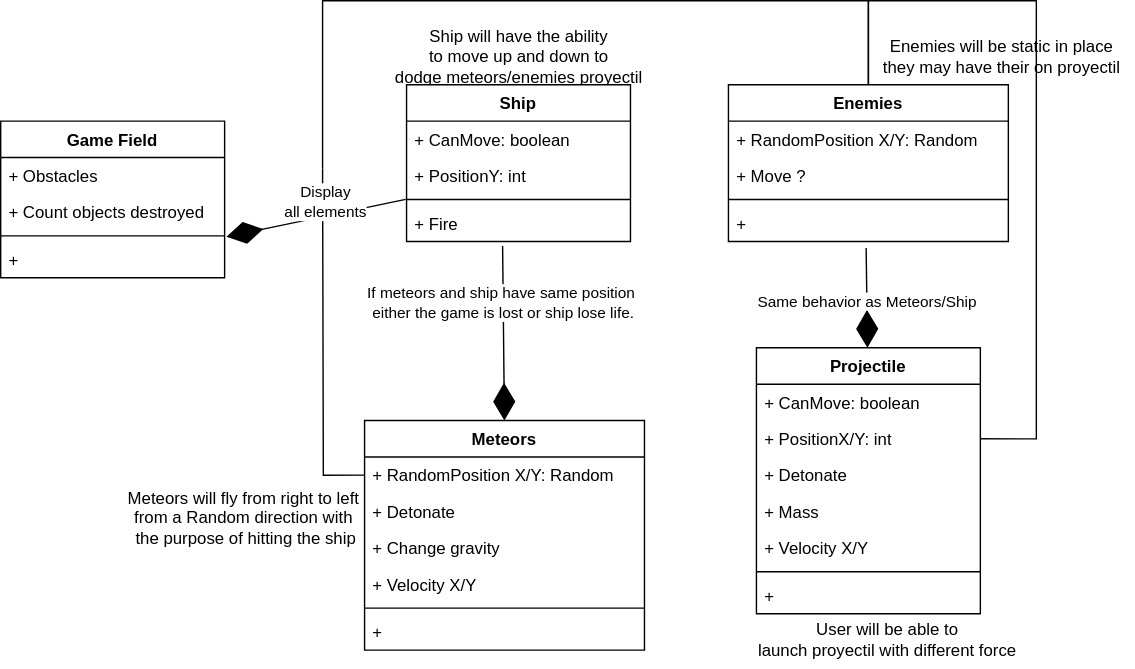
The draw.io diagram docs/img/GravityUML.svg in ddc-java-16/gravity-game-Marc0E, before a commit. Source tidied: cells renumbered, new cells last; positions are measured from the earlier drawing's top-left corner, leaving out a move shared by most shapes. Source of this version:
```xml
<mxGraphModel>
  <root>
    <mxCell id="0" />
    <mxCell id="1" parent="0" />
    <mxCell id="2" value="Ship will have the ability&lt;br&gt;to move up and down to&lt;br&gt;dodge meteors/enemies proyectil" style="text;html=1;align=center;verticalAlign=middle;strokeColor=none;fillColor=none;" parent="1" vertex="1">
      <mxGeometry x="270" y="10" width="200" height="60" as="geometry" />
    </mxCell>
    <mxCell id="3" value="Projectile" style="swimlane;fontStyle=1;align=center;verticalAlign=top;horizontal=1;startSize=26;whiteSpace=wrap;html=1;" parent="1" vertex="1">
      <mxGeometry x="540" y="248" width="160" height="190" as="geometry" />
    </mxCell>
    <mxCell id="4" value="+ CanMove: boolean" style="text;strokeColor=none;fillColor=none;align=left;verticalAlign=top;spacingLeft=4;spacingRight=4;overflow=hidden;whiteSpace=wrap;html=1;" parent="3" vertex="1">
      <mxGeometry y="26" width="160" height="26" as="geometry" />
    </mxCell>
    <mxCell id="5" value="+ PositionX/Y: int" style="text;strokeColor=none;fillColor=none;align=left;verticalAlign=top;spacingLeft=4;spacingRight=4;overflow=hidden;points=[[0,0.5],[1,0.5]];portConstraint=eastwest;whiteSpace=wrap;html=1;" parent="3" vertex="1">
      <mxGeometry y="52" width="160" height="26" as="geometry" />
    </mxCell>
    <mxCell id="6" value="+ Detonate" style="text;strokeColor=none;fillColor=none;align=left;verticalAlign=top;spacingLeft=4;spacingRight=4;overflow=hidden;whiteSpace=wrap;html=1;" parent="3" vertex="1">
      <mxGeometry y="78" width="160" height="26" as="geometry" />
    </mxCell>
    <mxCell id="7" value="+ Mass" style="text;strokeColor=none;fillColor=none;align=left;verticalAlign=top;spacingLeft=4;spacingRight=4;overflow=hidden;whiteSpace=wrap;html=1;" parent="3" vertex="1">
      <mxGeometry y="104" width="160" height="26" as="geometry" />
    </mxCell>
    <mxCell id="8" value="+ Velocity X/Y" style="text;strokeColor=none;fillColor=none;align=left;verticalAlign=top;spacingLeft=4;spacingRight=4;overflow=hidden;whiteSpace=wrap;html=1;" parent="3" vertex="1">
      <mxGeometry y="130" width="160" height="26" as="geometry" />
    </mxCell>
    <mxCell id="9" style="line;strokeWidth=1;fillColor=none;align=left;verticalAlign=middle;spacingTop=-1;spacingLeft=3;spacingRight=3;labelPosition=right;strokeColor=inherit;" parent="3" vertex="1">
      <mxGeometry y="156" width="160" height="8" as="geometry" />
    </mxCell>
    <mxCell id="10" value="+&amp;nbsp;" style="text;strokeColor=none;fillColor=none;align=left;verticalAlign=top;spacingLeft=4;spacingRight=4;overflow=hidden;whiteSpace=wrap;html=1;" parent="3" vertex="1">
      <mxGeometry y="164" width="160" height="26" as="geometry" />
    </mxCell>
    <mxCell id="11" value="Ship" style="swimlane;fontStyle=1;align=center;verticalAlign=top;horizontal=1;startSize=26;whiteSpace=wrap;html=1;" parent="1" vertex="1">
      <mxGeometry x="290" y="60" width="160" height="112" as="geometry" />
    </mxCell>
    <mxCell id="12" value="+ CanMove: boolean" style="text;strokeColor=none;fillColor=none;align=left;verticalAlign=top;spacingLeft=4;spacingRight=4;overflow=hidden;whiteSpace=wrap;html=1;" parent="11" vertex="1">
      <mxGeometry y="26" width="160" height="26" as="geometry" />
    </mxCell>
    <mxCell id="13" value="+ PositionY: int" style="text;strokeColor=none;fillColor=none;align=left;verticalAlign=top;spacingLeft=4;spacingRight=4;overflow=hidden;whiteSpace=wrap;html=1;" parent="11" vertex="1">
      <mxGeometry y="52" width="160" height="26" as="geometry" />
    </mxCell>
    <mxCell id="14" style="line;strokeWidth=1;fillColor=none;align=left;verticalAlign=middle;spacingTop=-1;spacingLeft=3;spacingRight=3;labelPosition=right;strokeColor=inherit;" parent="11" vertex="1">
      <mxGeometry y="78" width="160" height="8" as="geometry" />
    </mxCell>
    <mxCell id="15" value="+ Fire" style="text;strokeColor=none;fillColor=none;align=left;verticalAlign=top;spacingLeft=4;spacingRight=4;overflow=hidden;points=[[0,0.5],[1,0.5]];portConstraint=eastwest;whiteSpace=wrap;html=1;" parent="11" vertex="1">
      <mxGeometry y="86" width="160" height="26" as="geometry" />
    </mxCell>
    <mxCell id="16" value="Enemies" style="swimlane;fontStyle=1;align=center;verticalAlign=top;horizontal=1;startSize=26;whiteSpace=wrap;html=1;" parent="1" vertex="1">
      <mxGeometry x="520" y="60" width="200" height="112" as="geometry" />
    </mxCell>
    <mxCell id="17" value="+ RandomPosition X/Y: Random" style="text;strokeColor=none;fillColor=none;align=left;verticalAlign=top;spacingLeft=4;spacingRight=4;overflow=hidden;whiteSpace=wrap;html=1;" parent="16" vertex="1">
      <mxGeometry y="26" width="200" height="26" as="geometry" />
    </mxCell>
    <mxCell id="18" value="+ Move ?" style="text;strokeColor=none;fillColor=none;align=left;verticalAlign=top;spacingLeft=4;spacingRight=4;overflow=hidden;whiteSpace=wrap;html=1;" parent="16" vertex="1">
      <mxGeometry y="52" width="200" height="26" as="geometry" />
    </mxCell>
    <mxCell id="19" style="line;strokeWidth=1;fillColor=none;align=left;verticalAlign=middle;spacingTop=-1;spacingLeft=3;spacingRight=3;labelPosition=right;strokeColor=inherit;" parent="16" vertex="1">
      <mxGeometry y="78" width="200" height="8" as="geometry" />
    </mxCell>
    <mxCell id="20" value="+&amp;nbsp;" style="text;strokeColor=none;fillColor=none;align=left;verticalAlign=top;spacingLeft=4;spacingRight=4;overflow=hidden;points=[[0,0.5],[1,0.5]];portConstraint=eastwest;whiteSpace=wrap;html=1;" parent="16" vertex="1">
      <mxGeometry y="86" width="200" height="26" as="geometry" />
    </mxCell>
    <mxCell id="21" value="Meteors" style="swimlane;fontStyle=1;align=center;verticalAlign=top;horizontal=1;startSize=26;whiteSpace=wrap;html=1;" parent="1" vertex="1">
      <mxGeometry x="260" y="300" width="200" height="164" as="geometry" />
    </mxCell>
    <mxCell id="22" value="+ RandomPosition X/Y: Random" style="text;strokeColor=none;fillColor=none;align=left;verticalAlign=top;spacingLeft=4;spacingRight=4;overflow=hidden;points=[[0,0.5],[1,0.5]];portConstraint=eastwest;whiteSpace=wrap;html=1;" parent="21" vertex="1">
      <mxGeometry y="26" width="200" height="26" as="geometry" />
    </mxCell>
    <mxCell id="23" value="+ Detonate&lt;span style=&quot;white-space: pre;&quot;&gt;&#9;&lt;/span&gt;" style="text;strokeColor=none;fillColor=none;align=left;verticalAlign=top;spacingLeft=4;spacingRight=4;overflow=hidden;whiteSpace=wrap;html=1;" parent="21" vertex="1">
      <mxGeometry y="52" width="200" height="26" as="geometry" />
    </mxCell>
    <mxCell id="24" value="+ Change gravity" style="text;strokeColor=none;fillColor=none;align=left;verticalAlign=top;spacingLeft=4;spacingRight=4;overflow=hidden;whiteSpace=wrap;html=1;" parent="21" vertex="1">
      <mxGeometry y="78" width="200" height="26" as="geometry" />
    </mxCell>
    <mxCell id="25" value="+ Velocity X/Y" style="text;strokeColor=none;fillColor=none;align=left;verticalAlign=top;spacingLeft=4;spacingRight=4;overflow=hidden;whiteSpace=wrap;html=1;" parent="21" vertex="1">
      <mxGeometry y="104" width="200" height="26" as="geometry" />
    </mxCell>
    <mxCell id="26" style="line;strokeWidth=1;fillColor=none;align=left;verticalAlign=middle;spacingTop=-1;spacingLeft=3;spacingRight=3;labelPosition=right;strokeColor=inherit;" parent="21" vertex="1">
      <mxGeometry y="130" width="200" height="8" as="geometry" />
    </mxCell>
    <mxCell id="27" value="+" style="text;strokeColor=none;fillColor=none;align=left;verticalAlign=top;spacingLeft=4;spacingRight=4;overflow=hidden;whiteSpace=wrap;html=1;" parent="21" vertex="1">
      <mxGeometry y="138" width="200" height="26" as="geometry" />
    </mxCell>
    <mxCell id="28" style="endArrow=diamondThin;endFill=1;endSize=24;html=1;rounded=0;entryX=0.703;entryY=-0.031;entryDx=0;entryDy=0;entryPerimeter=0;exitX=0.429;exitY=1.128;exitDx=0;exitDy=0;exitPerimeter=0;" parent="1" edge="1" source="15">
      <mxGeometry relative="1" as="geometry">
        <mxPoint x="359.9" y="300" as="targetPoint" />
      </mxGeometry>
    </mxCell>
    <mxCell id="29" value="If meteors and ship have same position&amp;nbsp;&lt;br&gt;either the game is lost or ship lose life." style="edgeLabel;html=1;align=center;verticalAlign=middle;" parent="28" vertex="1">
      <mxGeometry x="-0.36" y="-1" relative="1" as="geometry" />
    </mxCell>
    <mxCell id="30" style="endArrow=diamondThin;endFill=1;endSize=24;html=1;rounded=0;exitX=0.492;exitY=1.179;exitDx=0;exitDy=0;exitPerimeter=0;" parent="1" edge="1" source="20">
      <mxGeometry relative="1" as="geometry">
        <mxPoint x="619.3" y="248" as="targetPoint" />
      </mxGeometry>
    </mxCell>
    <mxCell id="31" value="Same behavior as Meteors/Ship" style="edgeLabel;html=1;align=center;verticalAlign=middle;" parent="30" vertex="1">
      <mxGeometry x="0.04" y="-1" relative="1" as="geometry" />
    </mxCell>
    <mxCell id="32" value="Game Field" style="swimlane;fontStyle=1;align=center;verticalAlign=top;horizontal=1;startSize=26;whiteSpace=wrap;html=1;" parent="1" vertex="1">
      <mxGeometry y="86" width="160" height="112" as="geometry" />
    </mxCell>
    <mxCell id="33" value="+ Obstacles" style="text;strokeColor=none;fillColor=none;align=left;verticalAlign=top;spacingLeft=4;spacingRight=4;overflow=hidden;whiteSpace=wrap;html=1;" parent="32" vertex="1">
      <mxGeometry y="26" width="160" height="26" as="geometry" />
    </mxCell>
    <mxCell id="34" value="+ Count objects destroyed" style="text;strokeColor=none;fillColor=none;align=left;verticalAlign=top;spacingLeft=4;spacingRight=4;overflow=hidden;whiteSpace=wrap;html=1;" parent="32" vertex="1">
      <mxGeometry y="52" width="160" height="26" as="geometry" />
    </mxCell>
    <mxCell id="35" style="line;strokeWidth=1;fillColor=none;align=left;verticalAlign=middle;spacingTop=-1;spacingLeft=3;spacingRight=3;labelPosition=right;strokeColor=inherit;" parent="32" vertex="1">
      <mxGeometry y="78" width="160" height="8" as="geometry" />
    </mxCell>
    <mxCell id="36" value="+&amp;nbsp;" style="text;strokeColor=none;fillColor=none;align=left;verticalAlign=top;spacingLeft=4;spacingRight=4;overflow=hidden;points=[[0,0.5],[1,0.5]];portConstraint=eastwest;whiteSpace=wrap;html=1;" parent="32" vertex="1">
      <mxGeometry y="86" width="160" height="26" as="geometry" />
    </mxCell>
    <mxCell id="37" style="endArrow=diamondThin;endFill=1;endSize=24;html=1;rounded=0;entryX=1.008;entryY=-0.128;entryDx=0;entryDy=0;entryPerimeter=0;exitX=-0.004;exitY=-0.231;exitDx=0;exitDy=0;exitPerimeter=0;" parent="1" edge="1" target="36">
      <mxGeometry relative="1" as="geometry">
        <mxPoint x="289.4" y="142" as="sourcePoint" />
      </mxGeometry>
    </mxCell>
    <mxCell id="38" style="endArrow=none;html=1;edgeStyle=orthogonalEdgeStyle;rounded=0;exitX=0;exitY=0.5;exitDx=0;exitDy=0;" parent="1" edge="1" source="22">
      <mxGeometry relative="1" as="geometry">
        <mxPoint x="230" y="120" as="targetPoint" />
      </mxGeometry>
    </mxCell>
    <mxCell id="39" value="Display &lt;br&gt;all elements" style="edgeLabel;html=1;align=center;verticalAlign=middle;" parent="38" vertex="1">
      <mxGeometry x="0.81" y="-1" relative="1" as="geometry">
        <mxPoint y="-1" as="offset" />
      </mxGeometry>
    </mxCell>
    <mxCell id="40" style="endArrow=none;html=1;edgeStyle=orthogonalEdgeStyle;rounded=0;exitX=0.5;exitY=0;exitDx=0;exitDy=0;" parent="1" edge="1" source="16">
      <mxGeometry relative="1" as="geometry">
        <mxPoint x="230" y="120" as="targetPoint" />
        <Array as="points">
          <mxPoint x="620" />
          <mxPoint x="230" />
        </Array>
      </mxGeometry>
    </mxCell>
    <mxCell id="41" style="endArrow=none;html=1;edgeStyle=orthogonalEdgeStyle;rounded=0;exitX=1;exitY=0.5;exitDx=0;exitDy=0;" parent="1" edge="1" source="5">
      <mxGeometry relative="1" as="geometry">
        <mxPoint x="620" y="60" as="targetPoint" />
        <Array as="points">
          <mxPoint x="740" y="313" />
          <mxPoint x="740" />
          <mxPoint x="620" />
        </Array>
      </mxGeometry>
    </mxCell>
    <mxCell id="42" value="Meteors will fly from right to left&amp;nbsp;&lt;br&gt;from a Random direction with&amp;nbsp;&lt;br&gt;the purpose of hitting the ship" style="text;html=1;align=center;verticalAlign=middle;strokeColor=none;fillColor=none;" parent="1" vertex="1">
      <mxGeometry x="80" y="340" width="190" height="60" as="geometry" />
    </mxCell>
    <mxCell id="43" value="User will be able to&amp;nbsp;&lt;br&gt;launch proyectil with different force&amp;nbsp;" style="text;html=1;align=center;verticalAlign=middle;strokeColor=none;fillColor=none;" parent="1" vertex="1">
      <mxGeometry x="530" y="437" width="210" height="40" as="geometry" />
    </mxCell>
    <mxCell id="44" value="Enemies will be static in place&lt;br&gt;they may have their on proyectil" style="text;html=1;align=center;verticalAlign=middle;strokeColor=none;fillColor=none;" parent="1" vertex="1">
      <mxGeometry x="620" y="20" width="190" height="40" as="geometry" />
    </mxCell>
  </root>
</mxGraphModel>
```
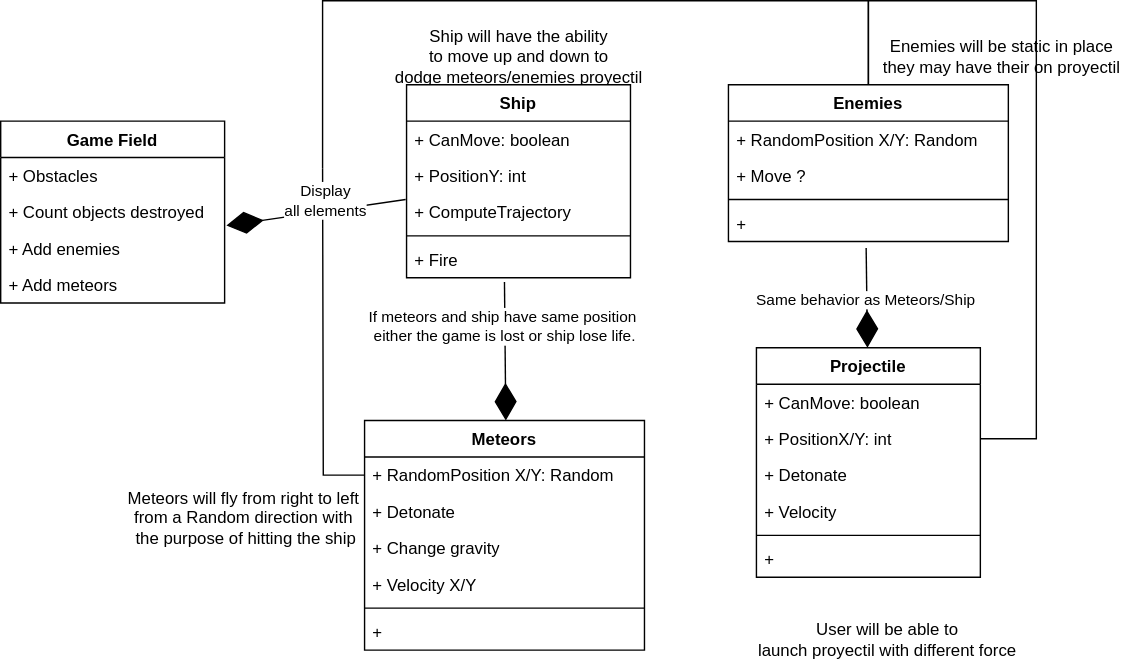
Above is the later version.

Diff of the diagram source:
```diff
@@ -6,7 +6,7 @@
       <mxGeometry x="270" y="10" width="200" height="60" as="geometry" />
     </mxCell>
     <mxCell id="3" value="Projectile" style="swimlane;fontStyle=1;align=center;verticalAlign=top;horizontal=1;startSize=26;whiteSpace=wrap;html=1;" parent="1" vertex="1">
-      <mxGeometry x="540" y="248" width="160" height="190" as="geometry" />
+      <mxGeometry x="540" y="248" width="160" height="164" as="geometry" />
     </mxCell>
     <mxCell id="4" value="+ CanMove: boolean" style="text;strokeColor=none;fillColor=none;align=left;verticalAlign=top;spacingLeft=4;spacingRight=4;overflow=hidden;whiteSpace=wrap;html=1;" parent="3" vertex="1">
       <mxGeometry y="26" width="160" height="26" as="geometry" />
@@ -17,20 +17,17 @@
     <mxCell id="6" value="+ Detonate" style="text;strokeColor=none;fillColor=none;align=left;verticalAlign=top;spacingLeft=4;spacingRight=4;overflow=hidden;whiteSpace=wrap;html=1;" parent="3" vertex="1">
       <mxGeometry y="78" width="160" height="26" as="geometry" />
     </mxCell>
-    <mxCell id="7" value="+ Mass" style="text;strokeColor=none;fillColor=none;align=left;verticalAlign=top;spacingLeft=4;spacingRight=4;overflow=hidden;whiteSpace=wrap;html=1;" parent="3" vertex="1">
-      <mxGeometry y="104" width="160" height="26" as="geometry" />
-    </mxCell>
-    <mxCell id="8" value="+ Velocity X/Y" style="text;strokeColor=none;fillColor=none;align=left;verticalAlign=top;spacingLeft=4;spacingRight=4;overflow=hidden;whiteSpace=wrap;html=1;" parent="3" vertex="1">
-      <mxGeometry y="130" width="160" height="26" as="geometry" />
+    <mxCell id="8" value="+ Velocity&amp;nbsp;" style="text;strokeColor=none;fillColor=none;align=left;verticalAlign=top;spacingLeft=4;spacingRight=4;overflow=hidden;whiteSpace=wrap;html=1;" parent="3" vertex="1">
+      <mxGeometry y="104" width="160" height="26" as="geometry" />
     </mxCell>
     <mxCell id="9" style="line;strokeWidth=1;fillColor=none;align=left;verticalAlign=middle;spacingTop=-1;spacingLeft=3;spacingRight=3;labelPosition=right;strokeColor=inherit;" parent="3" vertex="1">
-      <mxGeometry y="156" width="160" height="8" as="geometry" />
+      <mxGeometry y="130" width="160" height="8" as="geometry" />
     </mxCell>
     <mxCell id="10" value="+&amp;nbsp;" style="text;strokeColor=none;fillColor=none;align=left;verticalAlign=top;spacingLeft=4;spacingRight=4;overflow=hidden;whiteSpace=wrap;html=1;" parent="3" vertex="1">
-      <mxGeometry y="164" width="160" height="26" as="geometry" />
+      <mxGeometry y="138" width="160" height="26" as="geometry" />
     </mxCell>
     <mxCell id="11" value="Ship" style="swimlane;fontStyle=1;align=center;verticalAlign=top;horizontal=1;startSize=26;whiteSpace=wrap;html=1;" parent="1" vertex="1">
-      <mxGeometry x="290" y="60" width="160" height="112" as="geometry" />
+      <mxGeometry x="290" y="60" width="160" height="138" as="geometry" />
     </mxCell>
     <mxCell id="12" value="+ CanMove: boolean" style="text;strokeColor=none;fillColor=none;align=left;verticalAlign=top;spacingLeft=4;spacingRight=4;overflow=hidden;whiteSpace=wrap;html=1;" parent="11" vertex="1">
       <mxGeometry y="26" width="160" height="26" as="geometry" />
@@ -38,11 +35,14 @@
     <mxCell id="13" value="+ PositionY: int" style="text;strokeColor=none;fillColor=none;align=left;verticalAlign=top;spacingLeft=4;spacingRight=4;overflow=hidden;whiteSpace=wrap;html=1;" parent="11" vertex="1">
       <mxGeometry y="52" width="160" height="26" as="geometry" />
     </mxCell>
+    <mxCell id="45" value="+ ComputeTrajectory" style="text;strokeColor=none;fillColor=none;align=left;verticalAlign=top;spacingLeft=4;spacingRight=4;overflow=hidden;whiteSpace=wrap;html=1;" parent="11" vertex="1">
+      <mxGeometry y="78" width="160" height="26" as="geometry" />
+    </mxCell>
     <mxCell id="14" style="line;strokeWidth=1;fillColor=none;align=left;verticalAlign=middle;spacingTop=-1;spacingLeft=3;spacingRight=3;labelPosition=right;strokeColor=inherit;" parent="11" vertex="1">
-      <mxGeometry y="78" width="160" height="8" as="geometry" />
+      <mxGeometry y="104" width="160" height="8" as="geometry" />
     </mxCell>
     <mxCell id="15" value="+ Fire" style="text;strokeColor=none;fillColor=none;align=left;verticalAlign=top;spacingLeft=4;spacingRight=4;overflow=hidden;points=[[0,0.5],[1,0.5]];portConstraint=eastwest;whiteSpace=wrap;html=1;" parent="11" vertex="1">
-      <mxGeometry y="86" width="160" height="26" as="geometry" />
+      <mxGeometry y="112" width="160" height="26" as="geometry" />
     </mxCell>
     <mxCell id="16" value="Enemies" style="swimlane;fontStyle=1;align=center;verticalAlign=top;horizontal=1;startSize=26;whiteSpace=wrap;html=1;" parent="1" vertex="1">
       <mxGeometry x="520" y="60" width="200" height="112" as="geometry" />
@@ -80,9 +80,10 @@
     <mxCell id="27" value="+" style="text;strokeColor=none;fillColor=none;align=left;verticalAlign=top;spacingLeft=4;spacingRight=4;overflow=hidden;whiteSpace=wrap;html=1;" parent="21" vertex="1">
       <mxGeometry y="138" width="200" height="26" as="geometry" />
     </mxCell>
-    <mxCell id="28" style="endArrow=diamondThin;endFill=1;endSize=24;html=1;rounded=0;entryX=0.703;entryY=-0.031;entryDx=0;entryDy=0;entryPerimeter=0;exitX=0.429;exitY=1.128;exitDx=0;exitDy=0;exitPerimeter=0;" parent="1" edge="1" source="15">
+    <mxCell id="28" style="endArrow=diamondThin;endFill=1;endSize=24;html=1;rounded=0;entryX=0.703;entryY=-0.031;entryDx=0;entryDy=0;entryPerimeter=0;exitX=0.431;exitY=1.115;exitDx=0;exitDy=0;exitPerimeter=0;" parent="1" edge="1">
       <mxGeometry relative="1" as="geometry">
-        <mxPoint x="359.9" y="300" as="targetPoint" />
+        <mxPoint x="360" y="201" as="sourcePoint" />
+        <mxPoint x="360.9" y="300" as="targetPoint" />
       </mxGeometry>
     </mxCell>
     <mxCell id="29" value="If meteors and ship have same position&amp;nbsp;&lt;br&gt;either the game is lost or ship lose life." style="edgeLabel;html=1;align=center;verticalAlign=middle;" parent="28" vertex="1">
@@ -97,7 +98,7 @@
       <mxGeometry x="0.04" y="-1" relative="1" as="geometry" />
     </mxCell>
     <mxCell id="32" value="Game Field" style="swimlane;fontStyle=1;align=center;verticalAlign=top;horizontal=1;startSize=26;whiteSpace=wrap;html=1;" parent="1" vertex="1">
-      <mxGeometry y="86" width="160" height="112" as="geometry" />
+      <mxGeometry y="86" width="160" height="130" as="geometry" />
     </mxCell>
     <mxCell id="33" value="+ Obstacles" style="text;strokeColor=none;fillColor=none;align=left;verticalAlign=top;spacingLeft=4;spacingRight=4;overflow=hidden;whiteSpace=wrap;html=1;" parent="32" vertex="1">
       <mxGeometry y="26" width="160" height="26" as="geometry" />
@@ -105,12 +106,12 @@
     <mxCell id="34" value="+ Count objects destroyed" style="text;strokeColor=none;fillColor=none;align=left;verticalAlign=top;spacingLeft=4;spacingRight=4;overflow=hidden;whiteSpace=wrap;html=1;" parent="32" vertex="1">
       <mxGeometry y="52" width="160" height="26" as="geometry" />
     </mxCell>
-    <mxCell id="35" style="line;strokeWidth=1;fillColor=none;align=left;verticalAlign=middle;spacingTop=-1;spacingLeft=3;spacingRight=3;labelPosition=right;strokeColor=inherit;" parent="32" vertex="1">
-      <mxGeometry y="78" width="160" height="8" as="geometry" />
-    </mxCell>
-    <mxCell id="36" value="+&amp;nbsp;" style="text;strokeColor=none;fillColor=none;align=left;verticalAlign=top;spacingLeft=4;spacingRight=4;overflow=hidden;points=[[0,0.5],[1,0.5]];portConstraint=eastwest;whiteSpace=wrap;html=1;" parent="32" vertex="1">
-      <mxGeometry y="86" width="160" height="26" as="geometry" />
+    <mxCell id="36" value="+ Add enemies" style="text;strokeColor=none;fillColor=none;align=left;verticalAlign=top;spacingLeft=4;spacingRight=4;overflow=hidden;points=[[0,0.5],[1,0.5]];portConstraint=eastwest;whiteSpace=wrap;html=1;" parent="32" vertex="1">
+      <mxGeometry y="78" width="160" height="26" as="geometry" />
     </mxCell>
+    <mxCell id="46" value="+ Add meteors" style="text;strokeColor=none;fillColor=none;align=left;verticalAlign=top;spacingLeft=4;spacingRight=4;overflow=hidden;whiteSpace=wrap;html=1;" parent="32" vertex="1">
+      <mxGeometry y="104" width="160" height="26" as="geometry" />
+    </mxCell>
     <mxCell id="37" style="endArrow=diamondThin;endFill=1;endSize=24;html=1;rounded=0;entryX=1.008;entryY=-0.128;entryDx=0;entryDy=0;entryPerimeter=0;exitX=-0.004;exitY=-0.231;exitDx=0;exitDy=0;exitPerimeter=0;" parent="1" edge="1" target="36">
       <mxGeometry relative="1" as="geometry">
         <mxPoint x="289.4" y="142" as="sourcePoint" />
```
